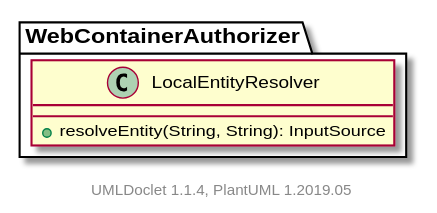
This is apidocs/2.11.0.M8-SNAPSHOT/org/apache/wiki/auth/authorize/WebContainerAuthorizer.LocalEntityResolver.svg from apache/jspwiki-site, a PlantUML export, as it was before one commit.
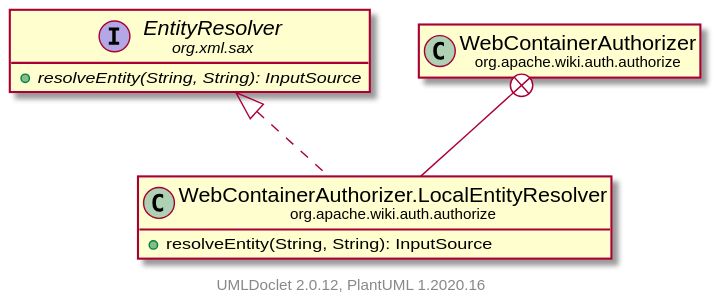
After the commit.

What changed in the source:
```diff
@@ -1,9 +1,19 @@
 @startuml
+    set namespaceSeparator none
+    hide empty fields
+    hide empty methods
 
-    class WebContainerAuthorizer.LocalEntityResolver [[WebContainerAuthorizer.LocalEntityResolver.html]] {
+    class "<size:14>WebContainerAuthorizer.LocalEntityResolver\n<size:10>org.apache.wiki.auth.authorize" as org.apache.wiki.auth.authorize.WebContainerAuthorizer.LocalEntityResolver [[WebContainerAuthorizer.LocalEntityResolver.html]] {
         +resolveEntity(String, String): InputSource
     }
 
+    interface "<size:14>EntityResolver\n<size:10>org.xml.sax" as org.xml.sax.EntityResolver {
+        {abstract} +resolveEntity(String, String): InputSource
+    }
+    class "<size:14>WebContainerAuthorizer\n<size:10>org.apache.wiki.auth.authorize" as org.apache.wiki.auth.authorize.WebContainerAuthorizer [[WebContainerAuthorizer.html]]
 
-    center footer UMLDoclet 1.1.4, PlantUML 1.2019.05
+    org.xml.sax.EntityResolver <|.. org.apache.wiki.auth.authorize.WebContainerAuthorizer.LocalEntityResolver
+    org.apache.wiki.auth.authorize.WebContainerAuthorizer +-- org.apache.wiki.auth.authorize.WebContainerAuthorizer.LocalEntityResolver
+
+    center footer UMLDoclet 2.0.12, PlantUML 1.2020.16
 @enduml
```
